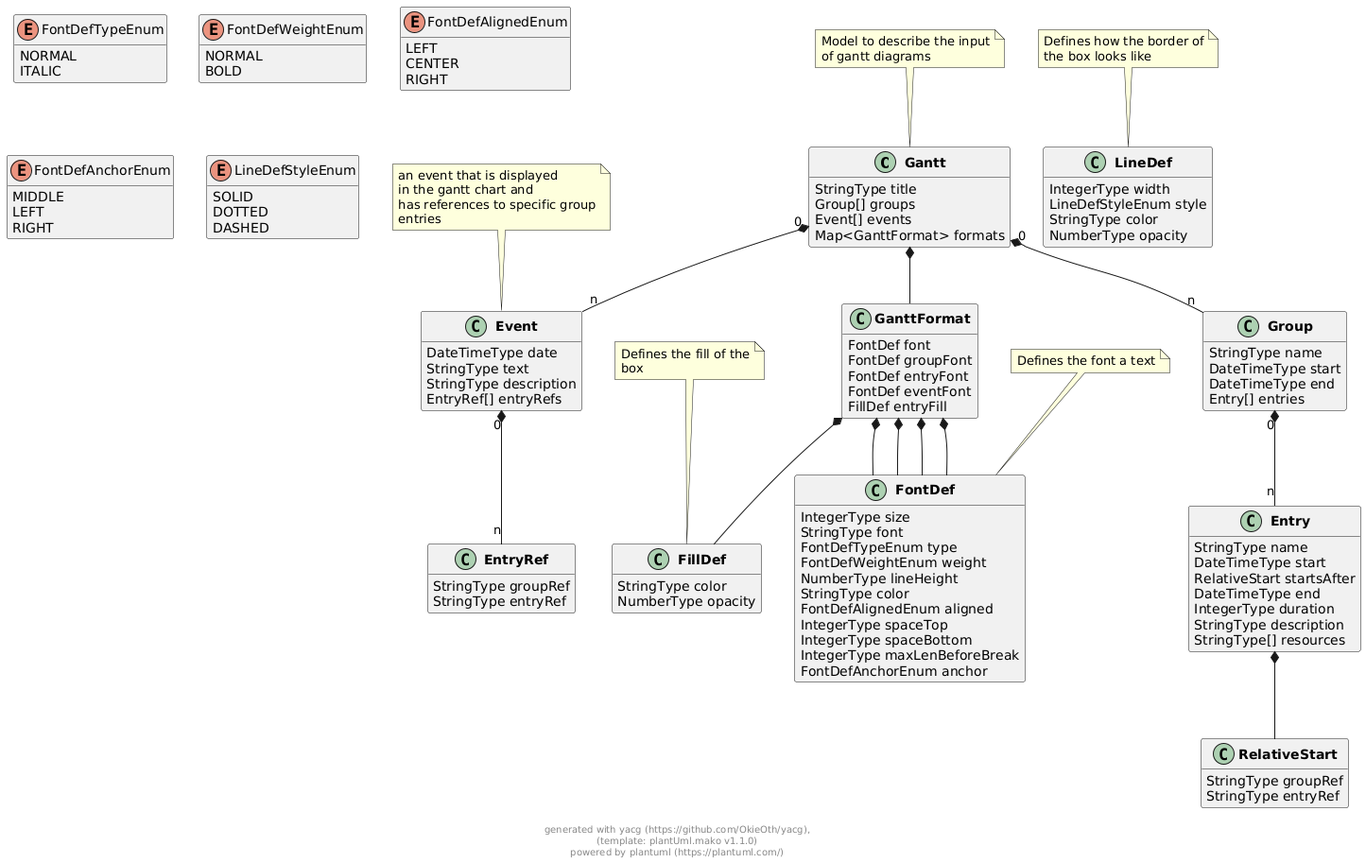
This is docs/models/png/gantt.png from OkieOth/draw.chart.things, a PlantUML export, as it was before one commit.
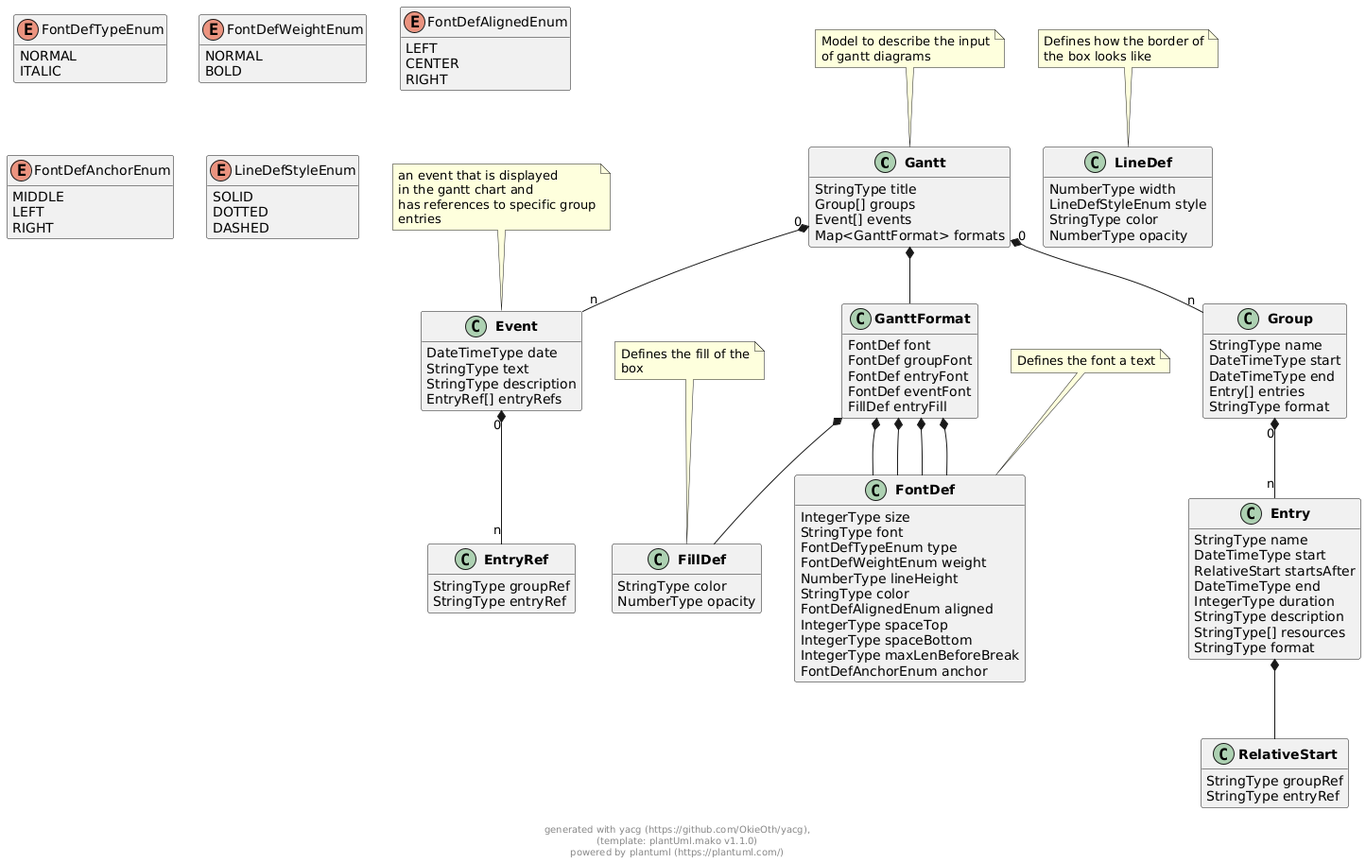
After the commit.

The edit, as a diff of the source:
```diff
@@ -18,6 +18,7 @@
         DateTimeType start
         DateTimeType end
         Entry[] entries
+        StringType format
 }
 
 
@@ -51,6 +52,7 @@
         IntegerType duration
         StringType description
         StringType[] resources
+        StringType format
 }
 
 
@@ -109,7 +111,7 @@
 }
 
 class "**LineDef**" as LineDef {
-        IntegerType width
+        NumberType width
         LineDefStyleEnum style
         StringType color
         NumberType opacity
@@ -146,6 +148,7 @@
 
 
 Group "0" *-- "n" Entry
+
 
 
 
@@ -206,5 +209,6 @@
 
 
 
+
 footer \ngenerated with yacg (https://github.com/OkieOth/yacg),\n(template: plantUml.mako v1.1.0)\npowered by plantuml (https://plantuml.com/)
 @enduml
```
